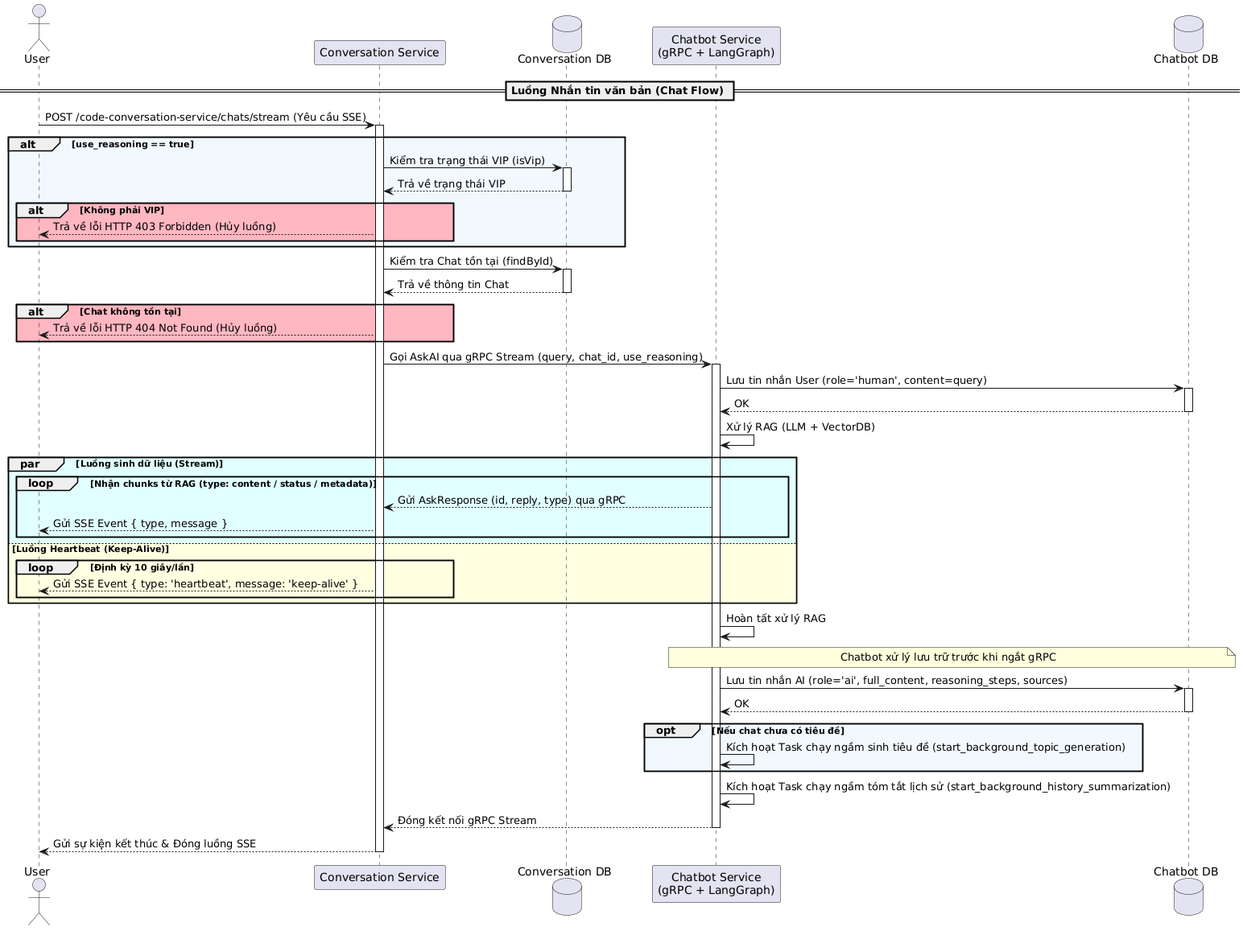
This is latex/contents/Sequence/UML-Sequence-17.png from 20206205Tech/docs-latex, a PlantUML export, as it was before one commit. Its diagram source:
```plantuml
@startuml
actor User as User
participant "Conversation Service" as ConvService
database "Conversation DB" as ConvDB
participant "Chatbot Service\n(gRPC + LangGraph)" as Chatbot
database "Chatbot DB" as ChatbotDB

== Luồng Nhắn tin văn bản (Chat Flow) ==
User -> ConvService: POST /code-conversation-service/chats/stream (Yêu cầu SSE)
activate ConvService

alt #AliceBlue use_reasoning == true
    ConvService -> ConvDB: Kiểm tra trạng thái VIP (isVip)
    activate ConvDB
    ConvDB --> ConvService: Trả về trạng thái VIP
    deactivate ConvDB
    alt #LightPink Không phải VIP
        ConvService --> User: Trả về lỗi HTTP 403 Forbidden (Hủy luồng)
    end
end

ConvService -> ConvDB: Kiểm tra Chat tồn tại (findById)
activate ConvDB
ConvDB --> ConvService: Trả về thông tin Chat
deactivate ConvDB
alt #LightPink Chat không tồn tại
    ConvService --> User: Trả về lỗi HTTP 404 Not Found (Hủy luồng)
end

ConvService -> Chatbot: Gọi AskAI qua gRPC Stream (query, chat_id, use_reasoning)
activate Chatbot

Chatbot -> ChatbotDB: Lưu tin nhắn User (role='human', content=query)
activate ChatbotDB
ChatbotDB --> Chatbot: OK
deactivate ChatbotDB

Chatbot -> Chatbot: Xử lý RAG (LLM + VectorDB)

par #LightCyan Luồng sinh dữ liệu (Stream)
    loop #LightCyan Nhận chunks từ RAG (type: content / status / metadata)
        Chatbot --> ConvService: Gửi AskResponse (id, reply, type) qua gRPC
        ConvService --> User: Gửi SSE Event { type, message }
    end
else #LightYellow Luồng Heartbeat (Keep-Alive)
    loop #LightYellow Định kỳ 10 giây/lần
        ConvService --> User: Gửi SSE Event { type: 'heartbeat', message: 'keep-alive' }
    end
end

Chatbot -> Chatbot: Hoàn tất xử lý RAG

note over Chatbot, ChatbotDB: Chatbot xử lý lưu trữ trước khi ngắt gRPC
Chatbot -> ChatbotDB: Lưu tin nhắn AI (role='ai', full_content, reasoning_steps, sources)
activate ChatbotDB
ChatbotDB --> Chatbot: OK
deactivate ChatbotDB

opt #AliceBlue Nếu chat chưa có tiêu đề
    Chatbot -> Chatbot: Kích hoạt Task chạy ngầm sinh tiêu đề (start_background_topic_generation)
end
Chatbot -> Chatbot: Kích hoạt Task chạy ngầm tóm tắt lịch sử (start_background_history_summarization)

Chatbot --> ConvService: Đóng kết nối gRPC Stream
deactivate Chatbot
ConvService --> User: Gửi sự kiện kết thúc & Đóng luồng SSE
deactivate ConvService
@enduml
```
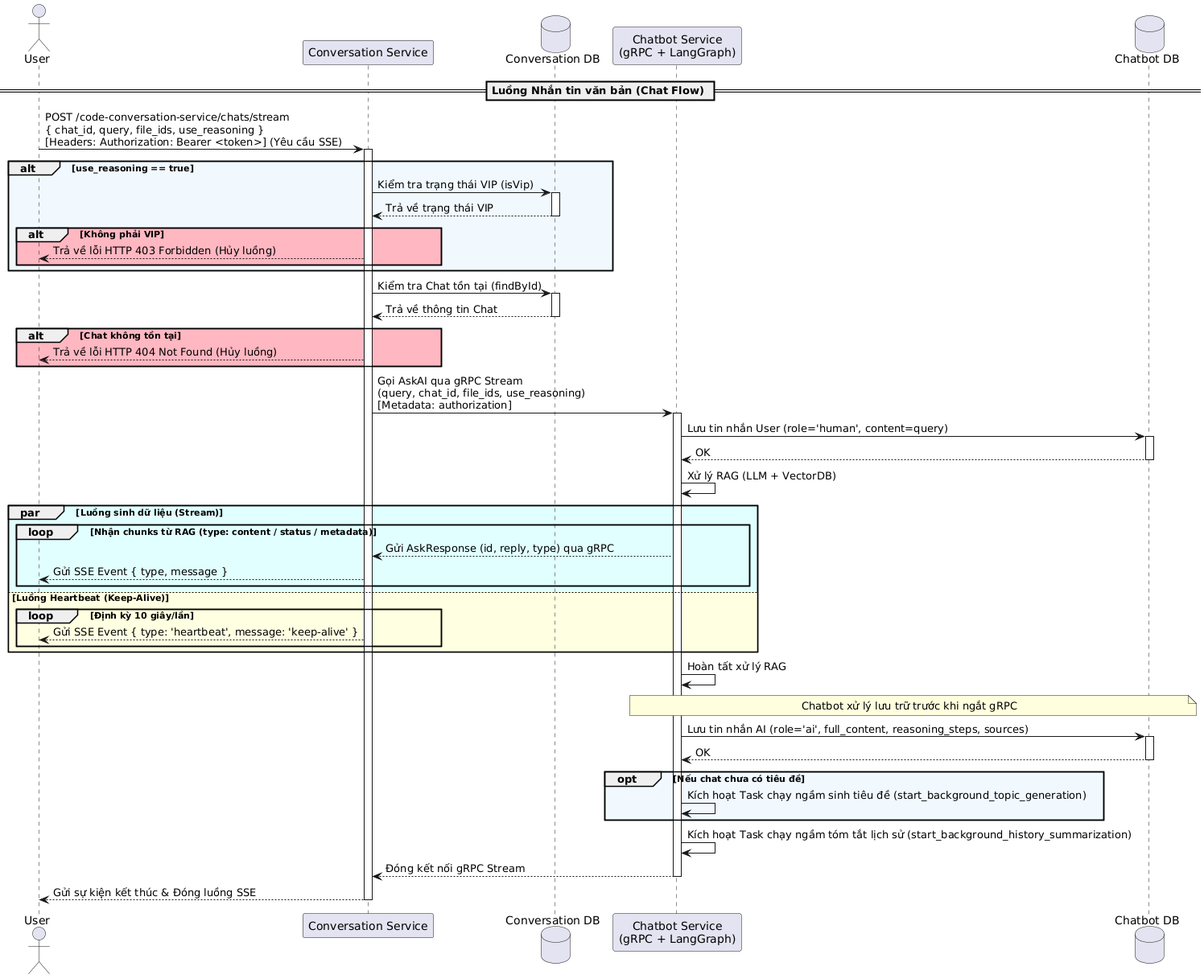
The same file after the commit.

What changed in the source:
```diff
@@ -6,7 +6,7 @@
 database "Chatbot DB" as ChatbotDB
 
 == Luồng Nhắn tin văn bản (Chat Flow) ==
-User -> ConvService: POST /code-conversation-service/chats/stream (Yêu cầu SSE)
+User -> ConvService: POST /code-conversation-service/chats/stream\n{ chat_id, query, file_ids, use_reasoning }\n[Headers: Authorization: Bearer <token>] (Yêu cầu SSE)
 activate ConvService
 
 alt #AliceBlue use_reasoning == true
@@ -27,7 +27,7 @@
     ConvService --> User: Trả về lỗi HTTP 404 Not Found (Hủy luồng)
 end
 
-ConvService -> Chatbot: Gọi AskAI qua gRPC Stream (query, chat_id, use_reasoning)
+ConvService -> Chatbot: Gọi AskAI qua gRPC Stream\n(query, chat_id, file_ids, use_reasoning)\n[Metadata: authorization]
 activate Chatbot
 
 Chatbot -> ChatbotDB: Lưu tin nhắn User (role='human', content=query)
```
